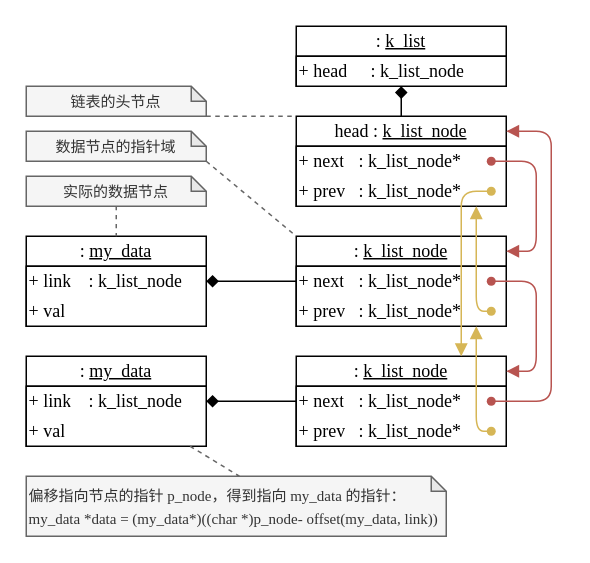
This is page "k_list" (3 of 10) of docs/drawio/k_game.drawio from szdxdxdx/k_game, a draw.io file, before an edit. Source tidied: cells renumbered, new cells numbered last; positions are measured from the earlier drawing's top-left corner, leaving out a move shared by most shapes. Both pictures are drawn from the tidied source at 150%, with x=0, y=0 at pixel (26, 26).
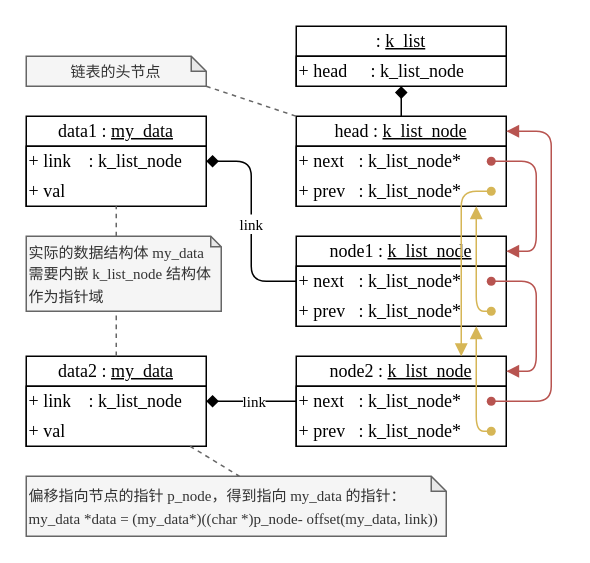
The same page after the edit.

Change to the diagram source:
```diff
@@
-    <mxCell id="8" value="&lt;font&gt;: &lt;u&gt;k_list_node&lt;/u&gt;&lt;/font&gt;" style="swimlane;fontStyle=0;horizontal=1;startSize=20;fillColor=#FFFFFF;whiteSpace=wrap;html=1;labelBackgroundColor=default;fontFamily=Times New Roman;" parent="1" vertex="1">
+    <mxCell id="8" value="&lt;font&gt;node1 : &lt;u&gt;k_list_node&lt;/u&gt;&lt;/font&gt;" style="swimlane;fontStyle=0;horizontal=1;startSize=20;fillColor=#FFFFFF;whiteSpace=wrap;html=1;labelBackgroundColor=default;fontFamily=Times New Roman;" parent="1" vertex="1">
       <mxGeometry x="180" y="140" width="140" height="60" as="geometry" />
     </mxCell>
@@
-    <mxCell id="20" value="&lt;font&gt;: &lt;u&gt;k_list_node&lt;/u&gt;&lt;/font&gt;" style="swimlane;fontStyle=0;horizontal=1;startSize=20;fillColor=#FFFFFF;whiteSpace=wrap;html=1;labelBackgroundColor=default;fontFamily=Times New Roman;" parent="1" vertex="1">
+    <mxCell id="20" value="&lt;font&gt;node2 : &lt;u&gt;k_list_node&lt;/u&gt;&lt;/font&gt;" style="swimlane;fontStyle=0;horizontal=1;startSize=20;fillColor=#FFFFFF;whiteSpace=wrap;html=1;labelBackgroundColor=default;fontFamily=Times New Roman;" parent="1" vertex="1">
       <mxGeometry x="180" y="220" width="140" height="60" as="geometry" />
     </mxCell>
@@
-    <mxCell id="48" value="&lt;font&gt;: &lt;u&gt;my_data&lt;/u&gt;&lt;/font&gt;" style="swimlane;fontStyle=0;horizontal=1;startSize=20;fillColor=#FFFFFF;whiteSpace=wrap;html=1;labelBackgroundColor=default;fontFamily=Times New Roman;" parent="1" vertex="1">
-      <mxGeometry y="140" width="120" height="60" as="geometry" />
+    <mxCell id="48" value="&lt;font&gt;data1 : &lt;u&gt;my_data&lt;/u&gt;&lt;/font&gt;" style="swimlane;fontStyle=0;horizontal=1;startSize=20;fillColor=#FFFFFF;whiteSpace=wrap;html=1;labelBackgroundColor=default;fontFamily=Times New Roman;" parent="1" vertex="1">
+      <mxGeometry y="60" width="120" height="60" as="geometry" />
     </mxCell>
@@
-    <mxCell id="58" value="&lt;font&gt;: &lt;u&gt;my_data&lt;br&gt;&lt;/u&gt;&lt;/font&gt;" style="swimlane;fontStyle=0;horizontal=1;startSize=20;fillColor=#FFFFFF;whiteSpace=wrap;html=1;labelBackgroundColor=default;fontFamily=Times New Roman;" parent="1" vertex="1">
+    <mxCell id="58" value="&lt;font&gt;data2 : &lt;u&gt;my_data&lt;br&gt;&lt;/u&gt;&lt;/font&gt;" style="swimlane;fontStyle=0;horizontal=1;startSize=20;fillColor=#FFFFFF;whiteSpace=wrap;html=1;labelBackgroundColor=default;fontFamily=Times New Roman;" parent="1" vertex="1">
       <mxGeometry y="220" width="120" height="60" as="geometry" />
     </mxCell>
@@
-    <mxCell id="68" style="endArrow=none;html=1;rounded=0;curved=1;endFill=0;startArrow=diamond;startFill=1;fontFamily=Times New Roman;" parent="1" edge="1" source="48" target="8">
-      <mxGeometry relative="1" as="geometry" />
+    <mxCell id="68" style="endArrow=none;html=1;rounded=1;endFill=0;startArrow=diamond;startFill=1;fontFamily=Times New Roman;edgeStyle=orthogonalEdgeStyle;" parent="1" edge="1" source="48" target="8">
+      <mxGeometry relative="1" as="geometry">
+        <Array as="points">
+          <mxPoint x="150" y="90" />
+          <mxPoint x="150" y="170" />
+        </Array>
+      </mxGeometry>
     </mxCell>
-    <mxCell id="69" style="endArrow=none;html=1;rounded=0;curved=1;endFill=0;startArrow=diamond;startFill=1;fontFamily=Times New Roman;" parent="1" edge="1" source="58" target="20">
-      <mxGeometry relative="1" as="geometry" />
-    </mxCell>
+    <mxCell id="81" value="&lt;font style=&quot;font-size: 10px;&quot; face=&quot;Times New Roman&quot;&gt;link&lt;/font&gt;" style="edgeLabel;html=1;align=center;verticalAlign=middle;" parent="68" vertex="1">
+      <mxGeometry x="0.1" relative="1" as="geometry">
+        <mxPoint x="-1" y="-6" as="offset" />
+      </mxGeometry>
+    </mxCell>
@@
     <mxCell id="72" value="&lt;font style=&quot;font-size: 10px;&quot;&gt;链表的头节点&lt;/font&gt;" style="shape=note;whiteSpace=wrap;html=1;backgroundOutline=1;darkOpacity=0.05;size=10;fontFamily=Times New Roman;fillColor=#f5f5f5;fontColor=#333333;strokeColor=#666666;" parent="1" vertex="1">
-      <mxGeometry y="40" width="120" height="20" as="geometry" />
+      <mxGeometry y="20" width="120" height="20" as="geometry" />
     </mxCell>
-    <mxCell id="73" value="&lt;font style=&quot;font-size: 10px;&quot;&gt;实际的数据节点&lt;/font&gt;" style="shape=note;whiteSpace=wrap;html=1;backgroundOutline=1;darkOpacity=0.05;size=10;fontFamily=Times New Roman;fillColor=#f5f5f5;fontColor=#333333;strokeColor=#666666;" parent="1" vertex="1">
-      <mxGeometry y="100" width="120" height="20" as="geometry" />
+    <mxCell id="73" value="&lt;font style=&quot;font-size: 10px;&quot;&gt;实际的数据结构体 my_data 需要内嵌 k_list_node 结构体作为指针域&lt;/font&gt;" style="shape=note;whiteSpace=wrap;html=1;backgroundOutline=1;darkOpacity=0.05;size=7;fontFamily=Times New Roman;fillColor=#f5f5f5;fontColor=#333333;strokeColor=#666666;align=left;" parent="1" vertex="1">
+      <mxGeometry y="140" width="130" height="50" as="geometry" />
     </mxCell>
-    <mxCell id="74" value="&lt;font style=&quot;font-size: 10px;&quot;&gt;数据节点的指针域&lt;/font&gt;" style="shape=note;whiteSpace=wrap;html=1;backgroundOutline=1;darkOpacity=0.05;size=10;fontFamily=Times New Roman;fillColor=#f5f5f5;fontColor=#333333;strokeColor=#666666;" parent="1" vertex="1">
-      <mxGeometry y="70" width="120" height="20" as="geometry" />
-    </mxCell>
@@
-    <mxCell id="76" style="endArrow=none;dashed=1;html=1;rounded=0;curved=1;fillColor=#f5f5f5;strokeColor=#666666;" parent="1" edge="1" source="73" target="48">
-      <mxGeometry relative="1" as="geometry" />
+    <mxCell id="76" style="endArrow=none;dashed=1;html=1;rounded=0;curved=1;fillColor=#f5f5f5;strokeColor=#666666;edgeStyle=orthogonalEdgeStyle;" parent="1" edge="1" source="73" target="48">
+      <mxGeometry relative="1" as="geometry">
+        <Array as="points">
+          <mxPoint x="60" y="130" />
+          <mxPoint x="60" y="130" />
+        </Array>
+      </mxGeometry>
     </mxCell>
-    <mxCell id="77" style="endArrow=none;dashed=1;html=1;rounded=0;exitX=1;exitY=1;exitDx=0;exitDy=0;exitPerimeter=0;entryX=0;entryY=0;entryDx=0;entryDy=0;fillColor=#f5f5f5;strokeColor=#666666;" parent="1" edge="1" source="74" target="8">
-      <mxGeometry relative="1" as="geometry" />
-    </mxCell>
@@
+    <mxCell id="69" style="endArrow=none;html=1;rounded=1;endFill=0;startArrow=diamond;startFill=1;fontFamily=Times New Roman;edgeStyle=orthogonalEdgeStyle;" parent="1" edge="1" source="58" target="20">
+      <mxGeometry relative="1" as="geometry">
+        <Array as="points">
+          <mxPoint x="200" y="250" />
+          <mxPoint x="200" y="250" />
+        </Array>
+      </mxGeometry>
+    </mxCell>
+    <mxCell id="82" value="&lt;font style=&quot;font-size: 10px;&quot; face=&quot;Times New Roman&quot;&gt;link&lt;/font&gt;" style="edgeLabel;html=1;align=center;verticalAlign=middle;" parent="69" vertex="1">
+      <mxGeometry x="0.1" relative="1" as="geometry">
+        <mxPoint x="-2" y="-1" as="offset" />
+      </mxGeometry>
+    </mxCell>
+    <mxCell id="83" style="endArrow=none;dashed=1;html=1;rounded=0;curved=1;fillColor=#f5f5f5;strokeColor=#666666;edgeStyle=orthogonalEdgeStyle;" parent="1" edge="1" source="58" target="73">
+      <mxGeometry relative="1" as="geometry">
+        <Array as="points">
+          <mxPoint x="60" y="200" />
+          <mxPoint x="60" y="200" />
+        </Array>
+      </mxGeometry>
+    </mxCell>
```
